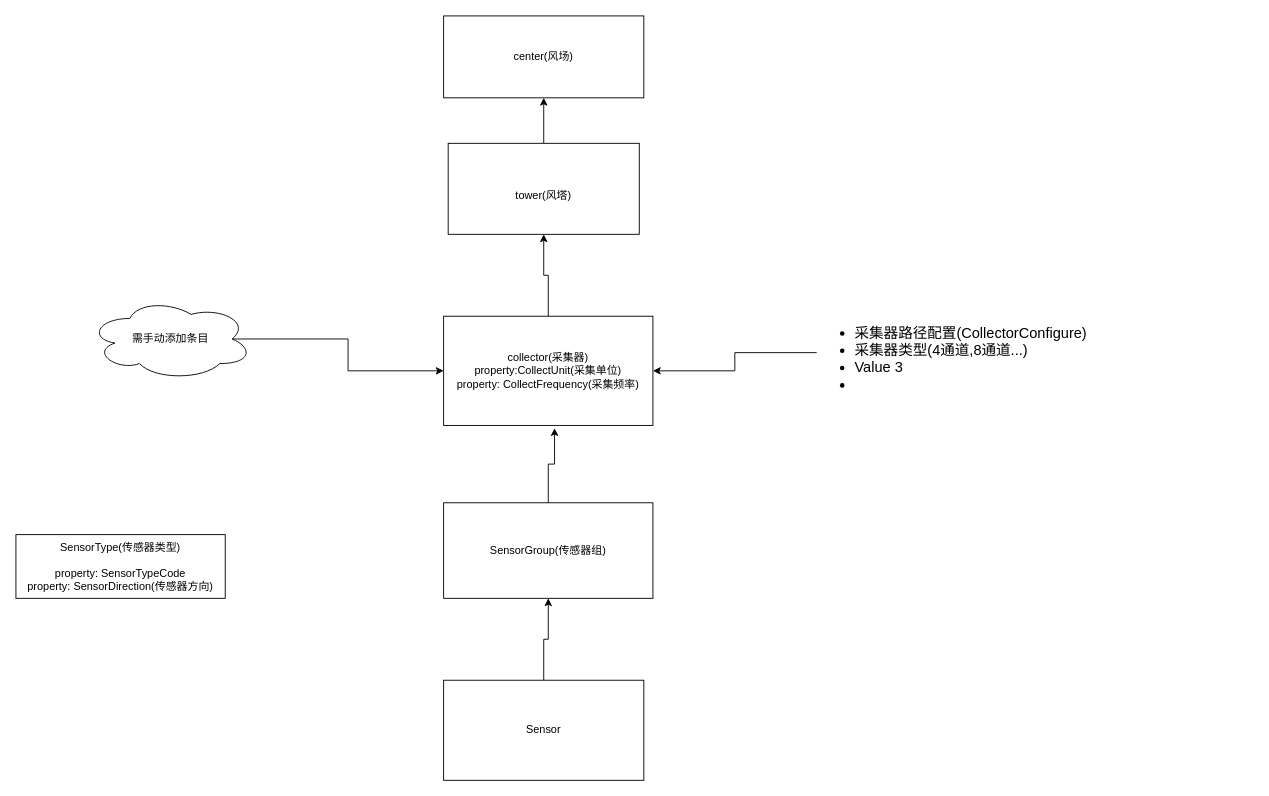
Above: 监测系统配置信息.drawio in spinoza1989/drawIO (draw.io), before the change. Source tidied: cells renumbered, new cells numbered last; positions are measured from the earlier drawing's top-left corner, leaving out a move shared by most shapes. Both pictures are drawn from the tidied source at 91%, with x=0, y=0 at pixel (15, 15).
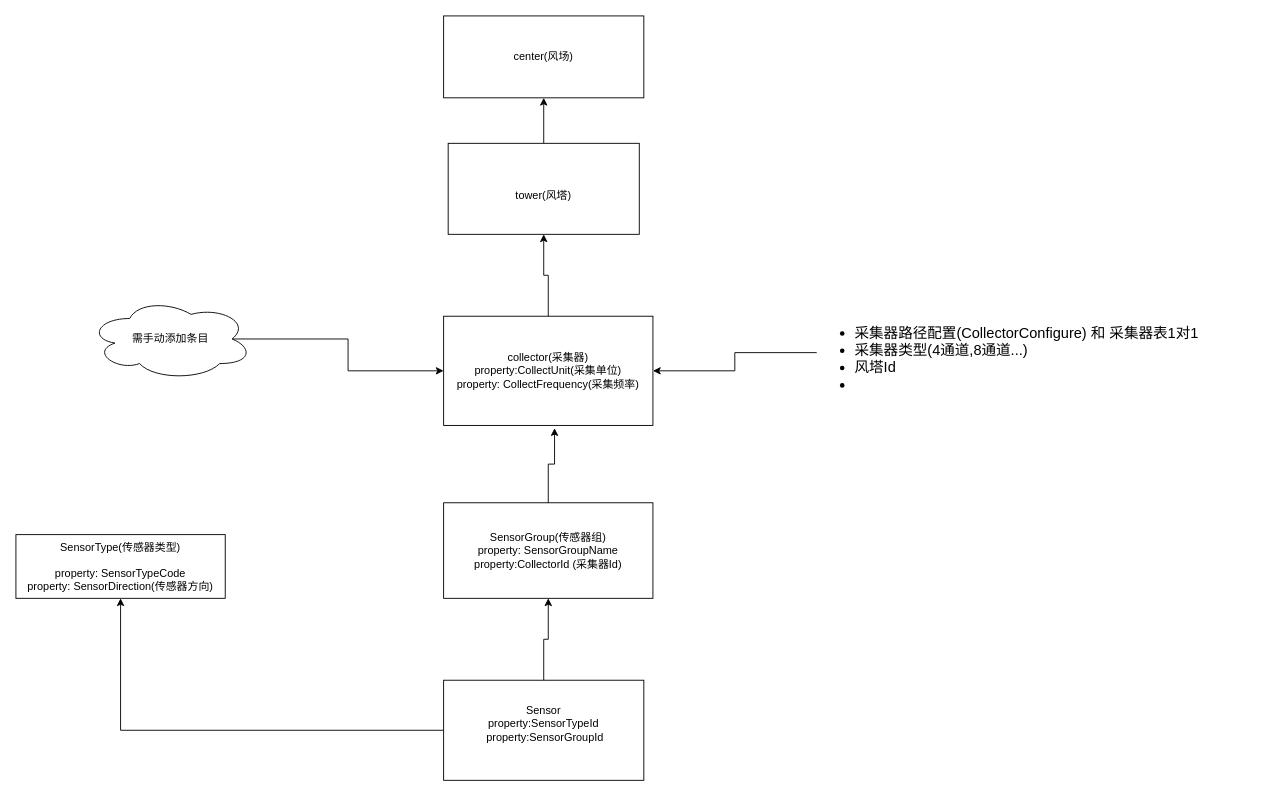
After the change.

Commit message:
Update 监测系统配置信息.drawio

Change to the diagram source:
```diff
@@
 <mxGraphModel>
   <root>
     <mxCell id="0" />
     <mxCell id="1" parent="0" />
     <mxCell id="2" value="center(风场)" style="rounded=0;whiteSpace=wrap;html=1;" parent="1" vertex="1">
       <mxGeometry x="470" width="220" height="90" as="geometry" />
     </mxCell>
     <mxCell id="3" style="edgeStyle=orthogonalEdgeStyle;rounded=0;jettySize=auto;html=1;exitX=0.5;exitY=0;exitDx=0;exitDy=0;entryX=0.5;entryY=1;entryDx=0;entryDy=0;" parent="1" edge="1" source="4" target="2">
       <mxGeometry relative="1" as="geometry" />
     </mxCell>
     <mxCell id="4" value="&lt;div&gt;&lt;br&gt;&lt;/div&gt;tower(风塔&lt;span style=&quot;background-color: transparent; color: light-dark(rgb(0, 0, 0), rgb(255, 255, 255));&quot;&gt;)&lt;/span&gt;" style="rounded=0;whiteSpace=wrap;html=1;" parent="1" vertex="1">
       <mxGeometry x="475" y="140" width="210" height="100" as="geometry" />
     </mxCell>
     <mxCell id="5" style="edgeStyle=orthogonalEdgeStyle;rounded=0;jettySize=auto;html=1;exitX=0.5;exitY=0;exitDx=0;exitDy=0;entryX=0.5;entryY=1;entryDx=0;entryDy=0;" parent="1" edge="1" source="6" target="4">
       <mxGeometry relative="1" as="geometry" />
     </mxCell>
     <mxCell id="6" value="&lt;div&gt;collector(采集器)&lt;/div&gt;&lt;div&gt;property:CollectUnit(采集单位)&lt;/div&gt;&lt;div&gt;property:&amp;nbsp;CollectFrequency(采集频率)&lt;/div&gt;" style="rounded=0;whiteSpace=wrap;html=1;" parent="1" vertex="1">
       <mxGeometry x="470" y="330" width="230" height="120" as="geometry" />
     </mxCell>
     <mxCell id="7" style="edgeStyle=orthogonalEdgeStyle;rounded=0;jettySize=auto;html=1;exitX=0.875;exitY=0.5;exitDx=0;exitDy=0;exitPerimeter=0;entryX=0;entryY=0.5;entryDx=0;entryDy=0;" parent="1" edge="1" source="8" target="6">
       <mxGeometry relative="1" as="geometry" />
     </mxCell>
     <mxCell id="8" value="&lt;div&gt;&lt;br&gt;&lt;/div&gt;&lt;div&gt;&lt;br&gt;&lt;/div&gt;需手动添加条目&lt;div&gt;&lt;br&gt;&lt;div&gt;&lt;br&gt;&lt;/div&gt;&lt;/div&gt;" style="ellipse;shape=cloud;whiteSpace=wrap;html=1;" parent="1" vertex="1">
       <mxGeometry x="80" y="310" width="180" height="90" as="geometry" />
     </mxCell>
     <mxCell id="9" style="edgeStyle=orthogonalEdgeStyle;rounded=0;jettySize=auto;html=1;exitX=0;exitY=0.5;exitDx=0;exitDy=0;" parent="1" edge="1" source="10" target="6">
       <mxGeometry relative="1" as="geometry" />
     </mxCell>
-    <mxCell id="10" value="&lt;ul&gt;&lt;li&gt;采集器路径配置(CollectorConfigure)&lt;/li&gt;&lt;li&gt;采集器类型(4通道,8通道...)&lt;/li&gt;&lt;li&gt;Value 3&lt;/li&gt;&lt;li&gt;&lt;br&gt;&lt;/li&gt;&lt;/ul&gt;" style="text;strokeColor=none;fillColor=none;html=1;whiteSpace=wrap;verticalAlign=middle;overflow=hidden;fontSize=16;" parent="1" vertex="1">
+    <mxCell id="10" value="&lt;ul&gt;&lt;li&gt;采集器路径配置(CollectorConfigure) 和 采集器表1对1&lt;/li&gt;&lt;li&gt;采集器类型(4通道,8通道...)&lt;/li&gt;&lt;li&gt;风塔Id&lt;/li&gt;&lt;li&gt;&lt;br&gt;&lt;/li&gt;&lt;/ul&gt;" style="text;strokeColor=none;fillColor=none;html=1;whiteSpace=wrap;verticalAlign=middle;overflow=hidden;fontSize=16;" parent="1" vertex="1">
       <mxGeometry x="880" y="320" width="480" height="100" as="geometry" />
     </mxCell>
     <mxCell id="11" value="SensorType(传感器类型)&lt;div&gt;&lt;br&gt;&lt;/div&gt;&lt;div&gt;property: SensorTypeCode&lt;/div&gt;&lt;div&gt;property:&amp;nbsp;SensorDirection(传感器方向)&lt;/div&gt;" style="rounded=0;whiteSpace=wrap;html=1;" parent="1" vertex="1">
       <mxGeometry y="570" width="230" height="70" as="geometry" />
     </mxCell>
-    <mxCell id="12" value="SensorGroup(传感器组&lt;span style=&quot;background-color: transparent; color: light-dark(rgb(0, 0, 0), rgb(255, 255, 255));&quot;&gt;)&lt;/span&gt;" style="rounded=0;whiteSpace=wrap;html=1;" parent="1" vertex="1">
+    <mxCell id="12" value="SensorGroup(传感器组&lt;span style=&quot;background-color: transparent; color: light-dark(rgb(0, 0, 0), rgb(255, 255, 255));&quot;&gt;)&lt;/span&gt;&lt;div&gt;&lt;span style=&quot;background-color: transparent; color: light-dark(rgb(0, 0, 0), rgb(255, 255, 255));&quot;&gt;property:&amp;nbsp;&lt;/span&gt;&lt;span style=&quot;background-color: transparent;&quot;&gt;SensorGroupName&lt;/span&gt;&lt;/div&gt;&lt;div&gt;property:CollectorId (采集器Id)&lt;/div&gt;" style="rounded=0;whiteSpace=wrap;html=1;" parent="1" vertex="1">
       <mxGeometry x="470" y="535" width="230" height="105" as="geometry" />
     </mxCell>
     <mxCell id="13" style="edgeStyle=orthogonalEdgeStyle;rounded=0;jettySize=auto;html=1;exitX=0.5;exitY=0;exitDx=0;exitDy=0;entryX=0.53;entryY=1.025;entryDx=0;entryDy=0;entryPerimeter=0;" parent="1" edge="1" source="12" target="6">
       <mxGeometry relative="1" as="geometry" />
     </mxCell>
     <mxCell id="14" style="edgeStyle=orthogonalEdgeStyle;rounded=0;jettySize=auto;html=1;exitX=0.5;exitY=0;exitDx=0;exitDy=0;entryX=0.5;entryY=1;entryDx=0;entryDy=0;" parent="1" edge="1" source="15" target="12">
       <mxGeometry relative="1" as="geometry" />
     </mxCell>
+    <mxCell id="16" style="edgeStyle=orthogonalEdgeStyle;rounded=0;jettySize=auto;html=1;entryX=0.5;entryY=1;entryDx=0;entryDy=0;" parent="1" edge="1" source="15" target="11">
+      <mxGeometry relative="1" as="geometry" />
+    </mxCell>
-    <mxCell id="15" value="Sensor" style="rounded=0;whiteSpace=wrap;html=1;" parent="1" vertex="1">
+    <mxCell id="15" value="Sensor&lt;div&gt;property:SensorTypeId&lt;/div&gt;&lt;div&gt;&amp;nbsp;property:SensorGroupId&lt;/div&gt;&lt;div&gt;&lt;br&gt;&lt;/div&gt;" style="rounded=0;whiteSpace=wrap;html=1;" parent="1" vertex="1">
       <mxGeometry x="470" y="730" width="220" height="110" as="geometry" />
     </mxCell>
   </root>
 </mxGraphModel>
```
